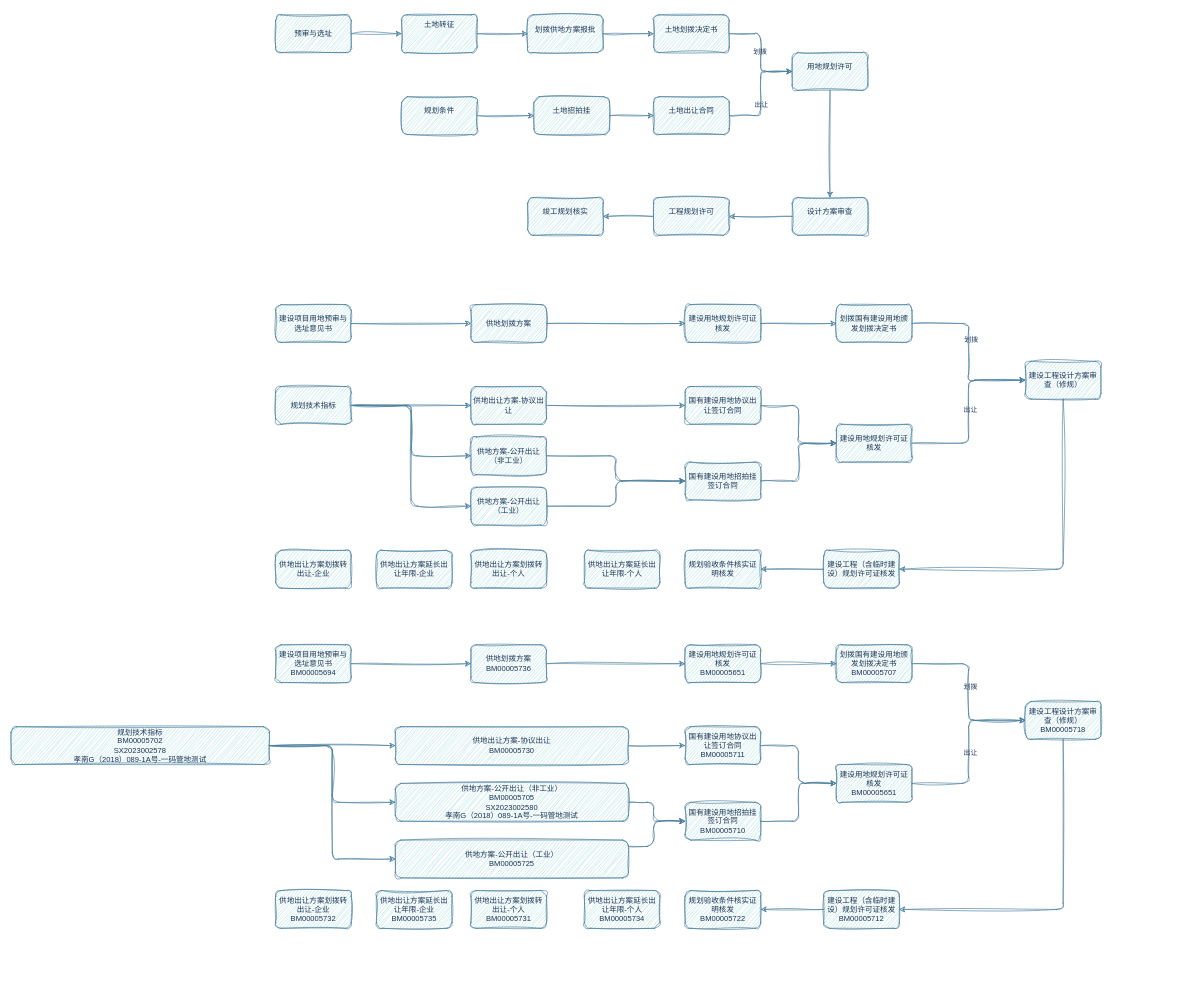
Before: 流程.drawio in bom-coder/drawio-store, a draw.io diagram. Source tidied: cells renumbered, new cells numbered last; positions are measured from the earlier drawing's top-left corner, leaving out a move shared by most shapes. Both pictures are drawn from the tidied source at 63%, with x=0, y=0 at pixel (11, 14).
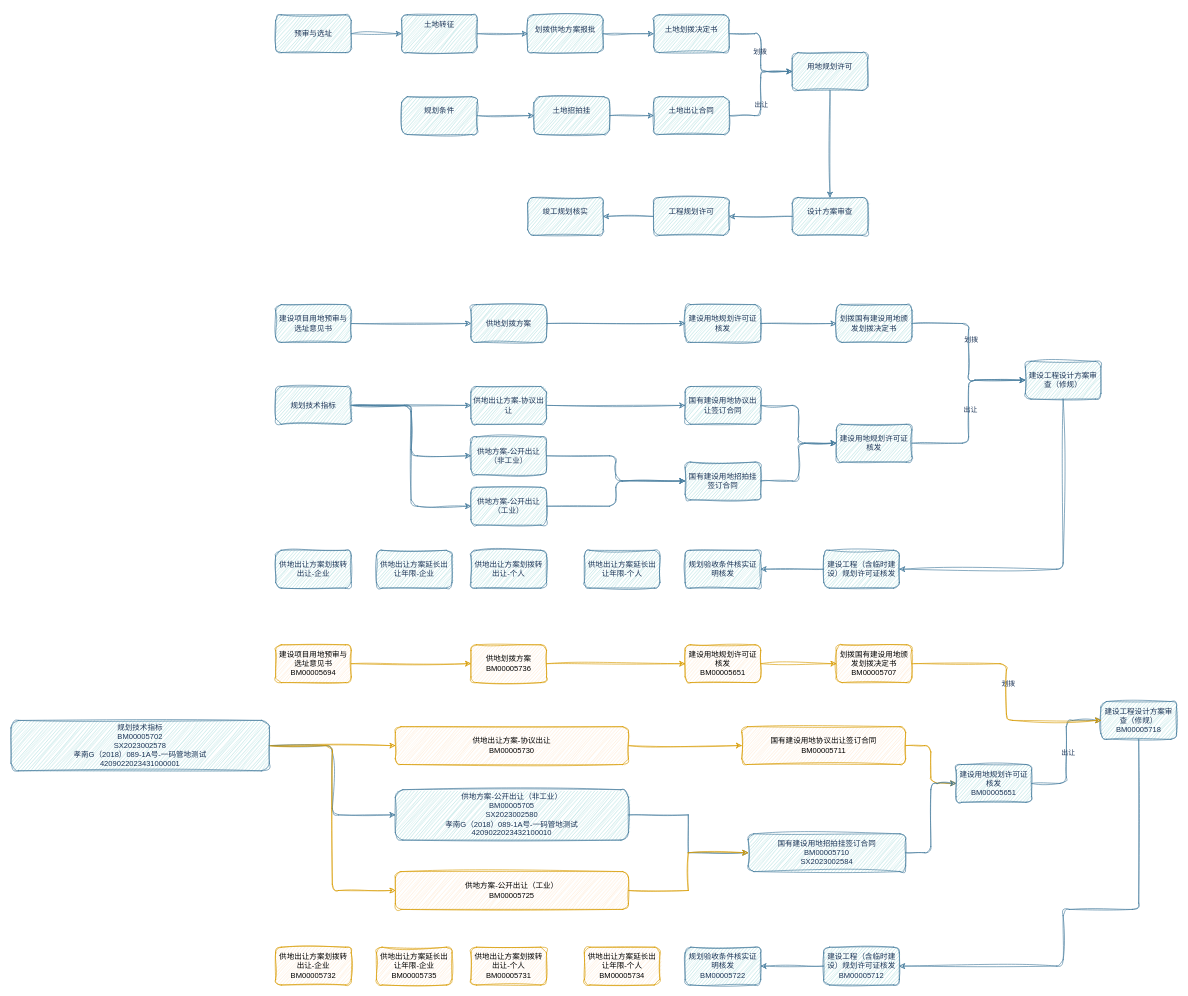
After the change.

What changed in the source:
```diff
@@
-    <mxCell id="60" style="edgeStyle=orthogonalEdgeStyle;rounded=1;jettySize=auto;html=1;entryX=0;entryY=0.5;entryDx=0;entryDy=0;sketch=1;curveFitting=1;jiggle=2;labelBackgroundColor=none;strokeColor=#457B9D;fontColor=default;" parent="1" edge="1" source="61" target="74">
+    <mxCell id="60" style="edgeStyle=orthogonalEdgeStyle;rounded=1;jettySize=auto;html=1;entryX=0;entryY=0.5;entryDx=0;entryDy=0;sketch=1;curveFitting=1;jiggle=2;labelBackgroundColor=none;strokeColor=#d79b00;fontColor=default;fillColor=#ffe6cc;" parent="1" edge="1" source="61" target="74">
       <mxGeometry relative="1" as="geometry" />
     </mxCell>
-    <mxCell id="61" value="建设项目用地预审与选址意见书&lt;br style=&quot;border-color: var(--border-color);&quot;&gt;BM00005694" style="rounded=1;whiteSpace=wrap;html=1;sketch=1;curveFitting=1;jiggle=2;labelBackgroundColor=none;fillColor=#A8DADC;strokeColor=#457B9D;fontColor=#1D3557;" parent="1" vertex="1">
+    <mxCell id="61" value="建设项目用地预审与选址意见书&lt;br style=&quot;border-color: var(--border-color);&quot;&gt;BM00005694" style="rounded=1;whiteSpace=wrap;html=1;sketch=1;curveFitting=1;jiggle=2;labelBackgroundColor=none;fillColor=#ffe6cc;strokeColor=#d79b00;" parent="1" vertex="1">
       <mxGeometry x="420" y="1000" width="120" height="60" as="geometry" />
     </mxCell>
-    <mxCell id="62" style="edgeStyle=orthogonalEdgeStyle;rounded=1;jettySize=auto;html=1;sketch=1;curveFitting=1;jiggle=2;labelBackgroundColor=none;strokeColor=#457B9D;fontColor=default;" parent="1" edge="1" source="65" target="76">
+    <mxCell id="62" style="edgeStyle=orthogonalEdgeStyle;rounded=1;jettySize=auto;html=1;sketch=1;curveFitting=1;jiggle=2;labelBackgroundColor=none;strokeColor=#d79b00;fontColor=default;fillColor=#ffe6cc;" parent="1" edge="1" source="65" target="76">
       <mxGeometry relative="1" as="geometry" />
     </mxCell>
     <mxCell id="63" style="edgeStyle=orthogonalEdgeStyle;rounded=1;hachureGap=4;jettySize=auto;html=1;entryX=0;entryY=0.5;entryDx=0;entryDy=0;fontFamily=Architects Daughter;fontSize=16;sketch=1;curveFitting=1;jiggle=2;labelBackgroundColor=none;strokeColor=#457B9D;fontColor=default;" parent="1" edge="1" source="65" target="78">
-      <mxGeometry relative="1" as="geometry" />
+      <mxGeometry relative="1" as="geometry">
+        <Array as="points">
+          <mxPoint x="510" y="1160" />
+          <mxPoint x="510" y="1270" />
+        </Array>
+      </mxGeometry>
     </mxCell>
-    <mxCell id="64" style="edgeStyle=orthogonalEdgeStyle;rounded=1;hachureGap=4;jettySize=auto;html=1;entryX=0;entryY=0.5;entryDx=0;entryDy=0;fontFamily=Architects Daughter;fontSize=16;sketch=1;curveFitting=1;jiggle=2;labelBackgroundColor=none;strokeColor=#457B9D;fontColor=default;" parent="1" edge="1" source="65" target="82">
+    <mxCell id="64" style="edgeStyle=orthogonalEdgeStyle;rounded=1;hachureGap=4;jettySize=auto;html=1;entryX=0;entryY=0.5;entryDx=0;entryDy=0;fontFamily=Architects Daughter;fontSize=16;sketch=1;curveFitting=1;jiggle=2;labelBackgroundColor=none;strokeColor=#d79b00;fontColor=default;fillColor=#ffe6cc;" parent="1" edge="1" source="65" target="82">
       <mxGeometry relative="1" as="geometry" />
     </mxCell>
-    <mxCell id="65" value="规划技术指标&lt;br style=&quot;border-color: var(--border-color);&quot;&gt;BM00005702&lt;br&gt;SX2023002578&lt;br&gt;孝南G（2018）089-1A号-一码管地测试" style="rounded=1;whiteSpace=wrap;html=1;sketch=1;curveFitting=1;jiggle=2;labelBackgroundColor=none;fillColor=#A8DADC;strokeColor=#457B9D;fontColor=#1D3557;" parent="1" vertex="1">
-      <mxGeometry y="1130" width="410" height="60" as="geometry" />
+    <mxCell id="65" value="规划技术指标&lt;br style=&quot;border-color: var(--border-color);&quot;&gt;BM00005702&lt;br&gt;SX2023002578&lt;br&gt;孝南G（2018）089-1A号-一码管地测试&lt;br&gt;4209022023431000001" style="rounded=1;whiteSpace=wrap;html=1;sketch=1;curveFitting=1;jiggle=2;labelBackgroundColor=none;fillColor=#A8DADC;strokeColor=#457B9D;fontColor=#1D3557;" parent="1" vertex="1">
+      <mxGeometry y="1120" width="410" height="80" as="geometry" />
     </mxCell>
-    <mxCell id="66" style="edgeStyle=orthogonalEdgeStyle;rounded=1;jettySize=auto;html=1;entryX=0;entryY=0.5;entryDx=0;entryDy=0;sketch=1;curveFitting=1;jiggle=2;labelBackgroundColor=none;strokeColor=#457B9D;fontColor=default;" parent="1" edge="1" source="67" target="91">
+    <mxCell id="66" style="edgeStyle=orthogonalEdgeStyle;rounded=1;jettySize=auto;html=1;entryX=0;entryY=0.5;entryDx=0;entryDy=0;sketch=1;curveFitting=1;jiggle=2;labelBackgroundColor=none;strokeColor=#d79b00;fontColor=default;fillColor=#ffe6cc;" parent="1" edge="1" source="67" target="91">
       <mxGeometry relative="1" as="geometry" />
     </mxCell>
-    <mxCell id="67" value="国有建设用地协议出让签订合同&lt;br style=&quot;border-color: var(--border-color);&quot;&gt;BM00005711" style="rounded=1;whiteSpace=wrap;html=1;sketch=1;curveFitting=1;jiggle=2;labelBackgroundColor=none;fillColor=#A8DADC;strokeColor=#457B9D;fontColor=#1D3557;" parent="1" vertex="1">
-      <mxGeometry x="1070" y="1130" width="120" height="60" as="geometry" />
+    <mxCell id="67" value="国有建设用地协议出让签订合同&lt;br style=&quot;border-color: var(--border-color);&quot;&gt;BM00005711" style="rounded=1;whiteSpace=wrap;html=1;sketch=1;curveFitting=1;jiggle=2;labelBackgroundColor=none;fillColor=#ffe6cc;strokeColor=#d79b00;" parent="1" vertex="1">
+      <mxGeometry x="1160" y="1130" width="260" height="60" as="geometry" />
     </mxCell>
@@
     <mxCell id="69" value="建设工程设计方案审查（修规）&lt;br style=&quot;border-color: var(--border-color);&quot;&gt;BM00005718" style="rounded=1;whiteSpace=wrap;html=1;sketch=1;curveFitting=1;jiggle=2;labelBackgroundColor=none;fillColor=#A8DADC;strokeColor=#457B9D;fontColor=#1D3557;" parent="1" vertex="1">
-      <mxGeometry x="1610" y="1090" width="120" height="60" as="geometry" />
+      <mxGeometry x="1730" y="1090" width="120" height="60" as="geometry" />
     </mxCell>
@@
     <mxCell id="71" value="建设工程（含临时建设）规划许可证核发&lt;br style=&quot;border-color: var(--border-color);&quot;&gt;BM00005712" style="rounded=1;whiteSpace=wrap;html=1;sketch=1;curveFitting=1;jiggle=2;labelBackgroundColor=none;fillColor=#A8DADC;strokeColor=#457B9D;fontColor=#1D3557;" parent="1" vertex="1">
-      <mxGeometry x="1290" y="1390" width="120" height="60" as="geometry" />
+      <mxGeometry x="1290" y="1480" width="120" height="60" as="geometry" />
     </mxCell>
     <mxCell id="72" value="规划验收条件核实证明核发&lt;br style=&quot;border-color: var(--border-color);&quot;&gt;BM00005722" style="rounded=1;whiteSpace=wrap;html=1;sketch=1;curveFitting=1;jiggle=2;labelBackgroundColor=none;fillColor=#A8DADC;strokeColor=#457B9D;fontColor=#1D3557;" parent="1" vertex="1">
-      <mxGeometry x="1070" y="1390" width="120" height="60" as="geometry" />
+      <mxGeometry x="1070" y="1480" width="120" height="60" as="geometry" />
     </mxCell>
-    <mxCell id="73" style="edgeStyle=orthogonalEdgeStyle;rounded=1;jettySize=auto;html=1;entryX=0;entryY=0.5;entryDx=0;entryDy=0;sketch=1;curveFitting=1;jiggle=2;labelBackgroundColor=none;strokeColor=#457B9D;fontColor=default;" parent="1" edge="1" source="74" target="88">
+    <mxCell id="73" style="edgeStyle=orthogonalEdgeStyle;rounded=1;jettySize=auto;html=1;entryX=0;entryY=0.5;entryDx=0;entryDy=0;sketch=1;curveFitting=1;jiggle=2;labelBackgroundColor=none;strokeColor=#d79b00;fontColor=default;fillColor=#ffe6cc;" parent="1" edge="1" source="74" target="88">
       <mxGeometry relative="1" as="geometry" />
     </mxCell>
-    <mxCell id="74" value="供地划拨方案&lt;br style=&quot;border-color: var(--border-color);&quot;&gt;BM00005736" style="rounded=1;whiteSpace=wrap;html=1;sketch=1;curveFitting=1;jiggle=2;labelBackgroundColor=none;fillColor=#A8DADC;strokeColor=#457B9D;fontColor=#1D3557;" parent="1" vertex="1">
+    <mxCell id="74" value="供地划拨方案&lt;br style=&quot;border-color: var(--border-color);&quot;&gt;BM00005736" style="rounded=1;whiteSpace=wrap;html=1;sketch=1;curveFitting=1;jiggle=2;labelBackgroundColor=none;fillColor=#ffe6cc;strokeColor=#d79b00;" parent="1" vertex="1">
       <mxGeometry x="730" y="1000" width="120" height="60" as="geometry" />
     </mxCell>
-    <mxCell id="75" style="edgeStyle=orthogonalEdgeStyle;rounded=1;jettySize=auto;html=1;entryX=0;entryY=0.5;entryDx=0;entryDy=0;sketch=1;curveFitting=1;jiggle=2;labelBackgroundColor=none;strokeColor=#457B9D;fontColor=default;" parent="1" edge="1" source="76" target="67">
+    <mxCell id="75" style="edgeStyle=orthogonalEdgeStyle;rounded=1;jettySize=auto;html=1;entryX=0;entryY=0.5;entryDx=0;entryDy=0;sketch=1;curveFitting=1;jiggle=2;labelBackgroundColor=none;strokeColor=#d79b00;fontColor=default;fillColor=#ffe6cc;" parent="1" edge="1" source="76" target="67">
       <mxGeometry relative="1" as="geometry" />
     </mxCell>
-    <mxCell id="76" value="供地出让方案-协议出让&lt;br style=&quot;border-color: var(--border-color);&quot;&gt;BM00005730" style="rounded=1;whiteSpace=wrap;html=1;sketch=1;curveFitting=1;jiggle=2;labelBackgroundColor=none;fillColor=#A8DADC;strokeColor=#457B9D;fontColor=#1D3557;" parent="1" vertex="1">
+    <mxCell id="76" value="供地出让方案-协议出让&lt;br style=&quot;border-color: var(--border-color);&quot;&gt;BM00005730" style="rounded=1;whiteSpace=wrap;html=1;sketch=1;curveFitting=1;jiggle=2;labelBackgroundColor=none;fillColor=#ffe6cc;strokeColor=#d79b00;" parent="1" vertex="1">
       <mxGeometry x="610" y="1130" width="370" height="60" as="geometry" />
     </mxCell>
-    <mxCell id="77" style="edgeStyle=orthogonalEdgeStyle;rounded=1;hachureGap=4;jettySize=auto;html=1;entryX=0;entryY=0.5;entryDx=0;entryDy=0;fontFamily=Architects Daughter;fontSize=16;sketch=1;curveFitting=1;jiggle=2;labelBackgroundColor=none;strokeColor=#457B9D;fontColor=default;" parent="1" edge="1" source="78" target="80">
-      <mxGeometry relative="1" as="geometry">
-        <Array as="points">
-          <mxPoint x="1020" y="1250" />
-          <mxPoint x="1020" y="1280" />
-        </Array>
-      </mxGeometry>
+    <mxCell id="77" style="edgeStyle=orthogonalEdgeStyle;rounded=0;sketch=1;hachureGap=4;jiggle=2;curveFitting=1;jettySize=auto;html=1;entryX=0;entryY=0.5;entryDx=0;entryDy=0;strokeColor=#457B9D;fontFamily=Architects Daughter;fontSize=16;fontColor=#1D3557;fillColor=#A8DADC;" parent="1" edge="1" source="78" target="80">
+      <mxGeometry relative="1" as="geometry" />
     </mxCell>
-    <mxCell id="78" value="供地方案-公开出让（非工业）&lt;br style=&quot;border-color: var(--border-color);&quot;&gt;BM00005705&lt;br&gt;SX2023002580&lt;br&gt;孝南G（2018）089-1A号-一码管地测试" style="rounded=1;whiteSpace=wrap;html=1;sketch=1;curveFitting=1;jiggle=2;labelBackgroundColor=none;fillColor=#A8DADC;strokeColor=#457B9D;fontColor=#1D3557;" parent="1" vertex="1">
-      <mxGeometry x="610" y="1220" width="370" height="60" as="geometry" />
+    <mxCell id="78" value="供地方案-公开出让（非工业）&lt;br style=&quot;border-color: var(--border-color);&quot;&gt;BM00005705&lt;br&gt;SX2023002580&lt;br&gt;孝南G（2018）089-1A号-一码管地测试&lt;br&gt;4209022023432100010" style="rounded=1;whiteSpace=wrap;html=1;sketch=1;curveFitting=1;jiggle=2;labelBackgroundColor=none;fillColor=#A8DADC;strokeColor=#457B9D;fontColor=#1D3557;" parent="1" vertex="1">
+      <mxGeometry x="610" y="1230" width="370" height="80" as="geometry" />
     </mxCell>
@@
-    <mxCell id="80" value="国有建设用地招拍挂签订合同&lt;br style=&quot;border-color: var(--border-color);&quot;&gt;BM00005710" style="rounded=1;whiteSpace=wrap;html=1;sketch=1;curveFitting=1;jiggle=2;labelBackgroundColor=none;fillColor=#A8DADC;strokeColor=#457B9D;fontColor=#1D3557;" parent="1" vertex="1">
-      <mxGeometry x="1070" y="1250" width="120" height="60" as="geometry" />
+    <mxCell id="80" value="国有建设用地招拍挂签订合同&lt;br style=&quot;border-color: var(--border-color);&quot;&gt;BM00005710&lt;br&gt;SX2023002584" style="rounded=1;whiteSpace=wrap;html=1;sketch=1;curveFitting=1;jiggle=2;labelBackgroundColor=none;fillColor=#A8DADC;strokeColor=#457B9D;fontColor=#1D3557;" parent="1" vertex="1">
+      <mxGeometry x="1170" y="1300" width="250" height="60" as="geometry" />
     </mxCell>
-    <mxCell id="81" style="edgeStyle=orthogonalEdgeStyle;rounded=1;jettySize=auto;html=1;entryX=0;entryY=0.5;entryDx=0;entryDy=0;sketch=1;curveFitting=1;jiggle=2;labelBackgroundColor=none;strokeColor=#457B9D;fontColor=default;" parent="1" edge="1" source="82" target="80">
-      <mxGeometry relative="1" as="geometry">
-        <Array as="points">
-          <mxPoint x="1020" y="1320" />
-          <mxPoint x="1020" y="1280" />
-        </Array>
-      </mxGeometry>
+    <mxCell id="81" style="edgeStyle=orthogonalEdgeStyle;rounded=0;sketch=1;hachureGap=4;jiggle=2;curveFitting=1;jettySize=auto;html=1;entryX=0;entryY=0.5;entryDx=0;entryDy=0;strokeColor=#d79b00;fontFamily=Architects Daughter;fontSize=16;fontColor=#1D3557;fillColor=#ffe6cc;" parent="1" edge="1" source="82" target="80">
+      <mxGeometry relative="1" as="geometry" />
     </mxCell>
-    <mxCell id="82" value="供地方案-公开出让（工业）&lt;br style=&quot;border-color: var(--border-color);&quot;&gt;BM00005725" style="rounded=1;whiteSpace=wrap;html=1;sketch=1;curveFitting=1;jiggle=2;labelBackgroundColor=none;fillColor=#A8DADC;strokeColor=#457B9D;fontColor=#1D3557;" parent="1" vertex="1">
-      <mxGeometry x="610" y="1310" width="370" height="60" as="geometry" />
+    <mxCell id="82" value="供地方案-公开出让（工业）&lt;br style=&quot;border-color: var(--border-color);&quot;&gt;BM00005725" style="rounded=1;whiteSpace=wrap;html=1;sketch=1;curveFitting=1;jiggle=2;labelBackgroundColor=none;fillColor=#ffe6cc;strokeColor=#d79b00;" parent="1" vertex="1">
+      <mxGeometry x="610" y="1360" width="370" height="60" as="geometry" />
     </mxCell>
-    <mxCell id="83" value="供地出让方案划拨转出让-企业&lt;br style=&quot;border-color: var(--border-color);&quot;&gt;BM00005732" style="rounded=1;whiteSpace=wrap;html=1;sketch=1;curveFitting=1;jiggle=2;labelBackgroundColor=none;fillColor=#A8DADC;strokeColor=#457B9D;fontColor=#1D3557;" parent="1" vertex="1">
-      <mxGeometry x="420" y="1390" width="120" height="60" as="geometry" />
+    <mxCell id="83" value="供地出让方案划拨转出让-企业&lt;br style=&quot;border-color: var(--border-color);&quot;&gt;BM00005732" style="rounded=1;whiteSpace=wrap;html=1;sketch=1;curveFitting=1;jiggle=2;labelBackgroundColor=none;fillColor=#ffe6cc;strokeColor=#d79b00;" parent="1" vertex="1">
+      <mxGeometry x="420" y="1480" width="120" height="60" as="geometry" />
     </mxCell>
-    <mxCell id="84" value="供地出让方案延长出让年限-企业&lt;br style=&quot;border-color: var(--border-color);&quot;&gt;BM00005735" style="rounded=1;whiteSpace=wrap;html=1;sketch=1;curveFitting=1;jiggle=2;labelBackgroundColor=none;fillColor=#A8DADC;strokeColor=#457B9D;fontColor=#1D3557;" parent="1" vertex="1">
-      <mxGeometry x="580" y="1390" width="120" height="60" as="geometry" />
+    <mxCell id="84" value="供地出让方案延长出让年限-企业&lt;br style=&quot;border-color: var(--border-color);&quot;&gt;BM00005735" style="rounded=1;whiteSpace=wrap;html=1;sketch=1;curveFitting=1;jiggle=2;labelBackgroundColor=none;fillColor=#ffe6cc;strokeColor=#d79b00;" parent="1" vertex="1">
+      <mxGeometry x="580" y="1480" width="120" height="60" as="geometry" />
     </mxCell>
-    <mxCell id="85" value="供地出让方案划拨转出让-个人&lt;br style=&quot;border-color: var(--border-color);&quot;&gt;BM00005731" style="rounded=1;whiteSpace=wrap;html=1;sketch=1;curveFitting=1;jiggle=2;labelBackgroundColor=none;fillColor=#A8DADC;strokeColor=#457B9D;fontColor=#1D3557;" parent="1" vertex="1">
-      <mxGeometry x="730" y="1390" width="120" height="60" as="geometry" />
+    <mxCell id="85" value="供地出让方案划拨转出让-个人&lt;br style=&quot;border-color: var(--border-color);&quot;&gt;BM00005731" style="rounded=1;whiteSpace=wrap;html=1;sketch=1;curveFitting=1;jiggle=2;labelBackgroundColor=none;fillColor=#ffe6cc;strokeColor=#d79b00;" parent="1" vertex="1">
+      <mxGeometry x="730" y="1480" width="120" height="60" as="geometry" />
     </mxCell>
-    <mxCell id="86" value="供地出让方案延长出让年限-个人&lt;br style=&quot;border-color: var(--border-color);&quot;&gt;BM00005734" style="rounded=1;whiteSpace=wrap;html=1;sketch=1;curveFitting=1;jiggle=2;labelBackgroundColor=none;fillColor=#A8DADC;strokeColor=#457B9D;fontColor=#1D3557;" parent="1" vertex="1">
-      <mxGeometry x="910" y="1390" width="120" height="60" as="geometry" />
+    <mxCell id="86" value="供地出让方案延长出让年限-个人&lt;br style=&quot;border-color: var(--border-color);&quot;&gt;BM00005734" style="rounded=1;whiteSpace=wrap;html=1;sketch=1;curveFitting=1;jiggle=2;labelBackgroundColor=none;fillColor=#ffe6cc;strokeColor=#d79b00;" parent="1" vertex="1">
+      <mxGeometry x="910" y="1480" width="120" height="60" as="geometry" />
     </mxCell>
-    <mxCell id="87" style="edgeStyle=orthogonalEdgeStyle;rounded=1;jettySize=auto;html=1;entryX=0;entryY=0.5;entryDx=0;entryDy=0;sketch=1;curveFitting=1;jiggle=2;labelBackgroundColor=none;strokeColor=#457B9D;fontColor=default;" parent="1" edge="1" source="88" target="94">
+    <mxCell id="87" style="edgeStyle=orthogonalEdgeStyle;rounded=1;jettySize=auto;html=1;entryX=0;entryY=0.5;entryDx=0;entryDy=0;sketch=1;curveFitting=1;jiggle=2;labelBackgroundColor=none;strokeColor=#d79b00;fontColor=default;fillColor=#ffe6cc;" parent="1" edge="1" source="88" target="94">
       <mxGeometry relative="1" as="geometry" />
     </mxCell>
-    <mxCell id="88" value="建设用地规划许可证核发&lt;br style=&quot;border-color: var(--border-color);&quot;&gt;BM00005651" style="rounded=1;whiteSpace=wrap;html=1;sketch=1;curveFitting=1;jiggle=2;labelBackgroundColor=none;fillColor=#A8DADC;strokeColor=#457B9D;fontColor=#1D3557;" parent="1" vertex="1">
+    <mxCell id="88" value="建设用地规划许可证核发&lt;br style=&quot;border-color: var(--border-color);&quot;&gt;BM00005651" style="rounded=1;whiteSpace=wrap;html=1;sketch=1;curveFitting=1;jiggle=2;labelBackgroundColor=none;fillColor=#ffe6cc;strokeColor=#d79b00;" parent="1" vertex="1">
       <mxGeometry x="1070" y="1000" width="120" height="60" as="geometry" />
     </mxCell>
@@
     <mxCell id="91" value="建设用地规划许可证核发&lt;br style=&quot;border-color: var(--border-color);&quot;&gt;BM00005651" style="rounded=1;whiteSpace=wrap;html=1;sketch=1;curveFitting=1;jiggle=2;labelBackgroundColor=none;fillColor=#A8DADC;strokeColor=#457B9D;fontColor=#1D3557;" parent="1" vertex="1">
-      <mxGeometry x="1310" y="1190" width="120" height="60" as="geometry" />
+      <mxGeometry x="1500" y="1190" width="120" height="60" as="geometry" />
     </mxCell>
-    <mxCell id="92" style="edgeStyle=orthogonalEdgeStyle;rounded=1;jettySize=auto;html=1;entryX=0;entryY=0.5;entryDx=0;entryDy=0;sketch=1;curveFitting=1;jiggle=2;labelBackgroundColor=none;strokeColor=#457B9D;fontColor=default;" parent="1" edge="1" source="94" target="69">
+    <mxCell id="92" style="edgeStyle=orthogonalEdgeStyle;rounded=1;jettySize=auto;html=1;entryX=0;entryY=0.5;entryDx=0;entryDy=0;sketch=1;curveFitting=1;jiggle=2;labelBackgroundColor=none;strokeColor=#d79b00;fontColor=default;fillColor=#ffe6cc;" parent="1" edge="1" source="94" target="69">
       <mxGeometry relative="1" as="geometry" />
     </mxCell>
@@
-    <mxCell id="94" value="划拨国有建设用地颁发划拨决定书&lt;br style=&quot;border-color: var(--border-color);&quot;&gt;BM00005707" style="rounded=1;whiteSpace=wrap;html=1;sketch=1;curveFitting=1;jiggle=2;labelBackgroundColor=none;fillColor=#A8DADC;strokeColor=#457B9D;fontColor=#1D3557;" parent="1" vertex="1">
+    <mxCell id="94" value="划拨国有建设用地颁发划拨决定书&lt;br style=&quot;border-color: var(--border-color);&quot;&gt;BM00005707" style="rounded=1;whiteSpace=wrap;html=1;sketch=1;curveFitting=1;jiggle=2;labelBackgroundColor=none;fillColor=#ffe6cc;strokeColor=#d79b00;" parent="1" vertex="1">
       <mxGeometry x="1310" y="1000" width="120" height="60" as="geometry" />
     </mxCell>
```
